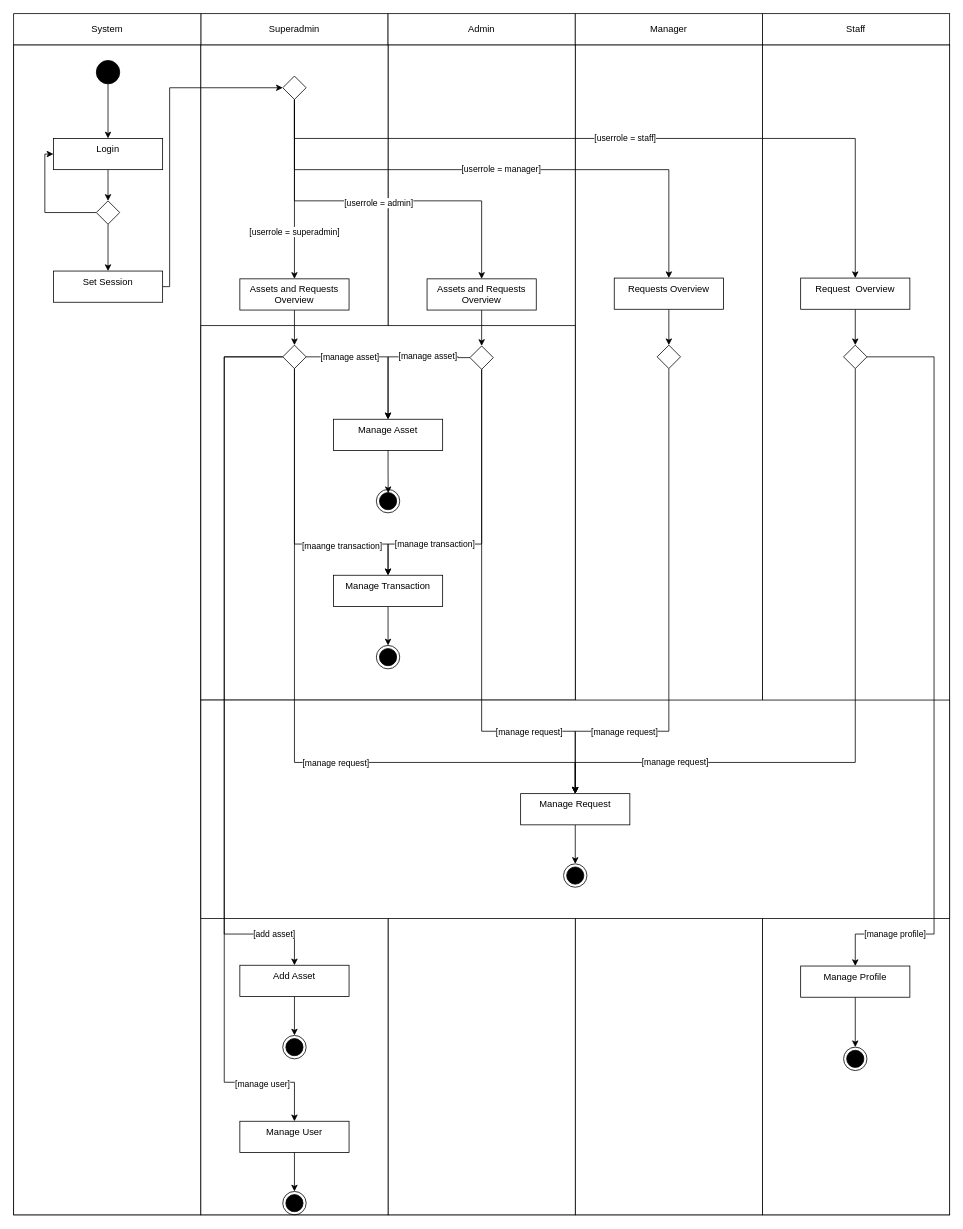
This is page "Page-7" (7 of 7) of design/activitydiagram.drawio from darwishzain/pinjaman-aset, a draw.io file, before an edit. Source tidied: cells renumbered, new cells numbered last; positions are measured from the earlier drawing's top-left corner, leaving out a move shared by most shapes. Both pictures are drawn from the tidied source at 78%, with x=0, y=0 at pixel (13, 13).
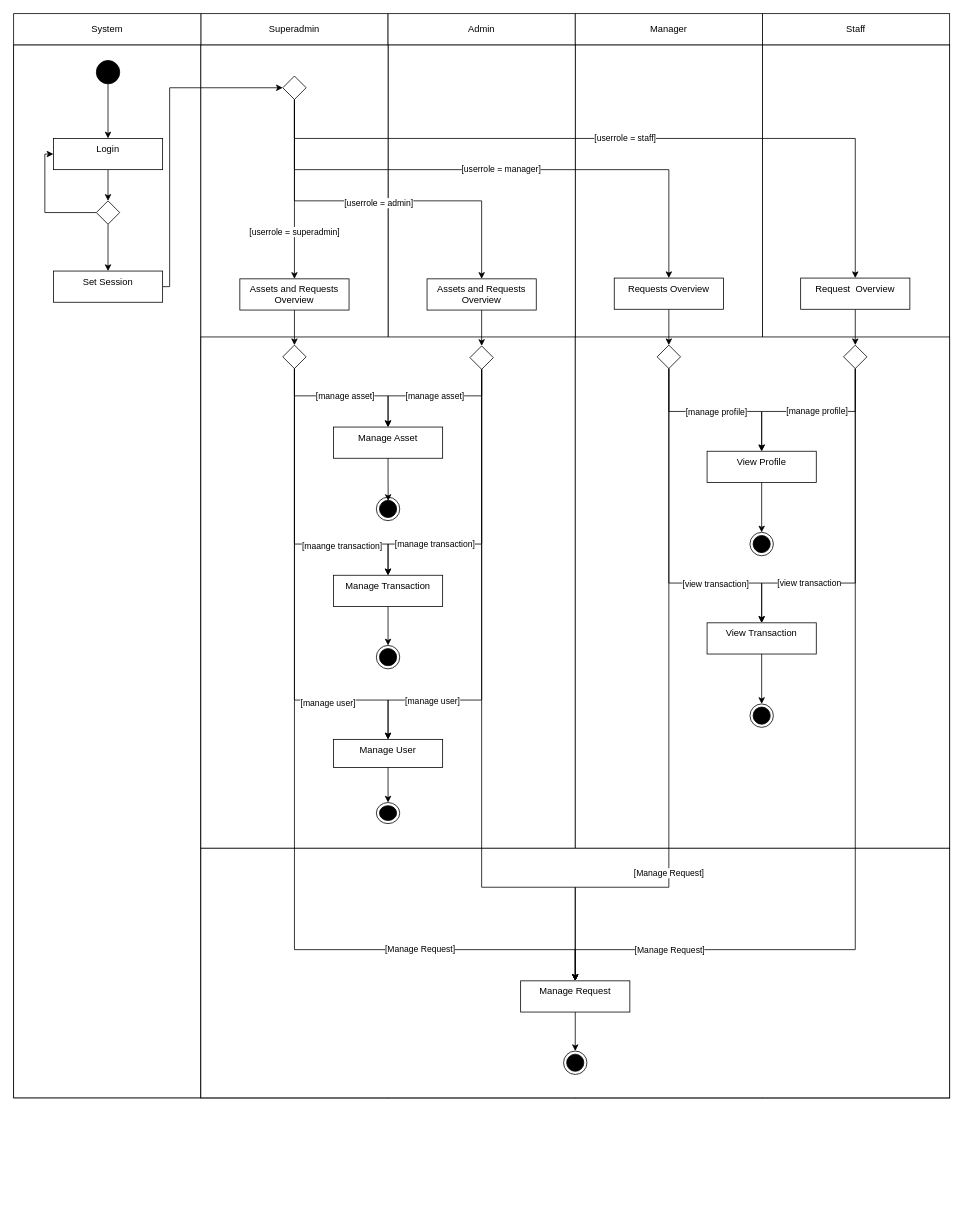
The same diagram, later.

Unchanged cells that the change refers to:
```xml
<mxCell id="31" style="rhombus;rounded=0;" parent="1" vertex="1">
  <mxGeometry x="1064" y="425" width="30" height="30" as="geometry" />
</mxCell>
<mxCell id="46" style="rhombus;rounded=0;" parent="1" vertex="1">
  <mxGeometry x="585" y="426" width="30" height="30" as="geometry" />
</mxCell>
<mxCell id="53" style="rhombus;rounded=0;" parent="1" vertex="1">
  <mxGeometry x="825" y="425" width="30" height="30" as="geometry" />
</mxCell>
<mxCell id="64" style="rhombus;rounded=0;" parent="1" vertex="1">
  <mxGeometry x="345" y="425" width="30" height="30" as="geometry" />
</mxCell>
```

Diff of the diagram source:
```diff
@@
     <mxCell id="2" style="group;strokeColor=#000000;" parent="1" vertex="1">
-      <mxGeometry y="40" width="1200" height="1500" as="geometry" />
+      <mxGeometry y="40" width="1200" height="1350" as="geometry" />
     </mxCell>
     <mxCell id="3" style="rounded=0;whiteSpace=wrap;html=1;" parent="2" vertex="1">
-      <mxGeometry width="240" height="1500" as="geometry" />
+      <mxGeometry width="240" height="1350" as="geometry" />
     </mxCell>
     <mxCell id="4" style="rounded=0;whiteSpace=wrap;html=1;" parent="2" vertex="1">
-      <mxGeometry x="960" width="240" height="1500" as="geometry" />
+      <mxGeometry x="960" width="240" height="1350" as="geometry" />
     </mxCell>
     <mxCell id="5" style="rounded=0;whiteSpace=wrap;html=1;" parent="2" vertex="1">
-      <mxGeometry x="720" width="240" height="1500" as="geometry" />
+      <mxGeometry x="720" width="240" height="1350" as="geometry" />
     </mxCell>
     <mxCell id="6" style="rounded=0;whiteSpace=wrap;html=1;" parent="2" vertex="1">
-      <mxGeometry x="480" width="240" height="1500" as="geometry" />
+      <mxGeometry x="480" width="240" height="1350" as="geometry" />
     </mxCell>
     <mxCell id="7" style="rounded=0;whiteSpace=wrap;html=1;" parent="2" vertex="1">
-      <mxGeometry x="240" width="240" height="1500" as="geometry" />
+      <mxGeometry x="240" width="240" height="1350" as="geometry" />
     </mxCell>
-    <mxCell id="8" style="rounded=0;whiteSpace=wrap;html=1;" parent="1" vertex="1">
-      <mxGeometry x="240" y="400" width="480" height="480" as="geometry" />
+    <mxCell id="8" style="rounded=0;whiteSpace=wrap;html=1;" parent="2" vertex="1">
+      <mxGeometry x="240" y="374.5" width="480" height="655.5" as="geometry" />
     </mxCell>
+    <mxCell id="19" value="Manage User" style="html=1;align=center;verticalAlign=top;rounded=0;absoluteArcSize=1;arcSize=10;dashed=0;whiteSpace=wrap;" parent="2" vertex="1">
+      <mxGeometry x="410" y="890.4" width="140" height="36" as="geometry" />
+    </mxCell>
+    <mxCell id="68" style="ellipse;html=1;shape=endState;fillColor=strokeColor;rounded=0;" parent="2" vertex="1">
+      <mxGeometry x="465" y="971.4" width="30" height="27" as="geometry" />
+    </mxCell>
+    <mxCell id="38" style="edgeStyle=orthogonalEdgeStyle;rounded=0;jettySize=auto;html=1;entryX=0.5;entryY=0;entryDx=0;entryDy=0;exitX=0.5;exitY=1;exitDx=0;exitDy=0;" parent="2" edge="1" source="19" target="68">
+      <mxGeometry relative="1" as="geometry" />
+    </mxCell>
+    <mxCell id="81" style="rounded=0;whiteSpace=wrap;html=1;" parent="2" vertex="1">
+      <mxGeometry x="720" y="374.5" width="480" height="655.5" as="geometry" />
+    </mxCell>
@@
     <mxCell id="14" style="rounded=0;whiteSpace=wrap;html=1;" parent="1" vertex="1">
-      <mxGeometry x="240" y="880" width="960" height="280" as="geometry" />
+      <mxGeometry x="240" y="1070" width="960" height="320" as="geometry" />
     </mxCell>
@@
-    <mxCell id="19" value="Manage User" style="html=1;align=center;verticalAlign=top;rounded=0;absoluteArcSize=1;arcSize=10;dashed=0;whiteSpace=wrap;" parent="1" vertex="1">
-      <mxGeometry x="290" y="1420" width="140" height="40" as="geometry" />
-    </mxCell>
@@
-    <mxCell id="28" value="[manage profile]" style="edgeStyle=orthogonalEdgeStyle;rounded=0;jettySize=auto;html=1;entryX=0.5;entryY=0;entryDx=0;entryDy=0;exitX=1;exitY=0.5;exitDx=0;exitDy=0;" parent="1" edge="1" source="31" target="33">
-      <mxGeometry x="0.81" relative="1" as="geometry">
+    <mxCell id="28" value="[manage profile]" style="edgeStyle=orthogonalEdgeStyle;rounded=0;jettySize=auto;html=1;entryX=0.5;entryY=0;entryDx=0;entryDy=0;exitX=0.5;exitY=1;exitDx=0;exitDy=0;" parent="1" edge="1" source="31" target="33">
+      <mxGeometry x="-0.08" relative="1" as="geometry">
         <Array as="points">
-          <mxPoint x="1180" y="440" />
-          <mxPoint x="1180" y="1180" />
-          <mxPoint x="1079" y="1180" />
+          <mxPoint x="1079" y="510" />
+          <mxPoint x="959" y="510" />
         </Array>
       </mxGeometry>
     </mxCell>
     <mxCell id="29" style="edgeStyle=orthogonalEdgeStyle;rounded=0;jettySize=auto;html=1;" parent="1" edge="1" source="31" target="41">
       <mxGeometry relative="1" as="geometry">
         <Array as="points">
-          <mxPoint x="1079" y="960" />
-          <mxPoint x="720" y="960" />
+          <mxPoint x="1079" y="1200" />
+          <mxPoint x="720" y="1200" />
         </Array>
       </mxGeometry>
     </mxCell>
-    <mxCell id="30" value="[manage request]" style="edgeLabel;html=1;align=center;verticalAlign=middle;" parent="29" vertex="1">
-      <mxGeometry x="0.63" y="-1" relative="1" as="geometry" />
-    </mxCell>
+    <mxCell id="82" value="[Manage Request]" style="edgeLabel;html=1;align=center;verticalAlign=middle;" parent="29" vertex="1">
+      <mxGeometry x="0.72" relative="1" as="geometry" />
+    </mxCell>
+    <mxCell id="83" style="edgeStyle=orthogonalEdgeStyle;rounded=0;jettySize=auto;html=1;entryX=0.5;entryY=0;entryDx=0;entryDy=0;" parent="1" edge="1" source="31" target="92">
+      <mxGeometry relative="1" as="geometry">
+        <Array as="points">
+          <mxPoint x="1079" y="730" />
+          <mxPoint x="959" y="730" />
+        </Array>
+      </mxGeometry>
+    </mxCell>
+    <mxCell id="84" value="[view transaction" style="edgeLabel;html=1;align=center;verticalAlign=middle;" parent="83" vertex="1">
+      <mxGeometry x="0.62" y="-1" relative="1" as="geometry">
+        <mxPoint x="26" as="offset" />
+      </mxGeometry>
+    </mxCell>
@@
-    <mxCell id="33" value="Manage Profile" style="html=1;align=center;verticalAlign=top;rounded=0;absoluteArcSize=1;arcSize=10;dashed=0;whiteSpace=wrap;" parent="1" vertex="1">
-      <mxGeometry x="1009" y="1221" width="140" height="40" as="geometry" />
+    <mxCell id="33" value="View Profile" style="html=1;align=center;verticalAlign=top;rounded=0;absoluteArcSize=1;arcSize=10;dashed=0;whiteSpace=wrap;" parent="1" vertex="1">
+      <mxGeometry x="889" y="561" width="140" height="40" as="geometry" />
     </mxCell>
@@
-    <mxCell id="38" style="edgeStyle=orthogonalEdgeStyle;rounded=0;jettySize=auto;html=1;entryX=0.5;entryY=0;entryDx=0;entryDy=0;exitX=0.5;exitY=1;exitDx=0;exitDy=0;" parent="1" edge="1" source="19" target="68">
-      <mxGeometry relative="1" as="geometry" />
-    </mxCell>
     <mxCell id="39" value="Manage Asset" style="html=1;align=center;verticalAlign=top;rounded=0;absoluteArcSize=1;arcSize=10;dashed=0;whiteSpace=wrap;" parent="1" vertex="1">
-      <mxGeometry x="410" y="520" width="140" height="40" as="geometry" />
+      <mxGeometry x="410" y="530" width="140" height="40" as="geometry" />
     </mxCell>
@@
     <mxCell id="41" value="Manage Request" style="html=1;align=center;verticalAlign=top;rounded=0;absoluteArcSize=1;arcSize=10;dashed=0;whiteSpace=wrap;" parent="1" vertex="1">
-      <mxGeometry x="650" y="1000" width="140" height="40" as="geometry" />
+      <mxGeometry x="650" y="1240" width="140" height="40" as="geometry" />
     </mxCell>
-    <mxCell id="42" value="[manage asset]" style="edgeStyle=orthogonalEdgeStyle;rounded=0;jettySize=auto;html=1;entryX=0.5;entryY=0;entryDx=0;entryDy=0;exitX=0;exitY=0.5;exitDx=0;exitDy=0;" parent="1" edge="1" source="46" target="39">
-      <mxGeometry x="-0.41" y="-1" relative="1" as="geometry">
+    <mxCell id="42" value="[manage asset]" style="edgeStyle=orthogonalEdgeStyle;rounded=0;jettySize=auto;html=1;entryX=0.5;entryY=0;entryDx=0;entryDy=0;exitX=0.5;exitY=1;exitDx=0;exitDy=0;" parent="1" edge="1" source="46" target="39">
+      <mxGeometry x="-0.03" relative="1" as="geometry">
         <Array as="points">
-          <mxPoint x="570" y="441" />
-          <mxPoint x="480" y="440" />
+          <mxPoint x="600" y="490" />
+          <mxPoint x="480" y="490" />
         </Array>
       </mxGeometry>
     </mxCell>
     <mxCell id="43" style="edgeStyle=orthogonalEdgeStyle;rounded=0;jettySize=auto;html=1;entryX=0.5;entryY=0;entryDx=0;entryDy=0;exitX=0.5;exitY=1;exitDx=0;exitDy=0;" parent="1" edge="1" source="46" target="41">
       <mxGeometry relative="1" as="geometry">
         <Array as="points">
-          <mxPoint x="600" y="920" />
-          <mxPoint x="720" y="920" />
+          <mxPoint x="600" y="1120" />
+          <mxPoint x="720" y="1120" />
         </Array>
       </mxGeometry>
     </mxCell>
-    <mxCell id="44" value="[manage request]" style="edgeLabel;html=1;align=center;verticalAlign=middle;" parent="43" vertex="1">
-      <mxGeometry x="0.29" y="2" relative="1" as="geometry">
-        <mxPoint x="58" y="36" as="offset" />
-      </mxGeometry>
-    </mxCell>
@@
+    <mxCell id="85" style="edgeStyle=orthogonalEdgeStyle;rounded=0;jettySize=auto;html=1;entryX=0.5;entryY=0;entryDx=0;entryDy=0;" parent="1" edge="1" source="46" target="19">
+      <mxGeometry relative="1" as="geometry">
+        <Array as="points">
+          <mxPoint x="600" y="880" />
+          <mxPoint x="480" y="880" />
+        </Array>
+      </mxGeometry>
+    </mxCell>
@@
-    <mxCell id="51" style="edgeStyle=orthogonalEdgeStyle;rounded=0;jettySize=auto;html=1;entryX=0.5;entryY=0;entryDx=0;entryDy=0;exitX=0.5;exitY=1;exitDx=0;exitDy=0;" parent="1" edge="1" source="53" target="41">
-      <mxGeometry relative="1" as="geometry">
+    <mxCell id="51" value="[Manage Request]" style="edgeStyle=orthogonalEdgeStyle;rounded=0;jettySize=auto;html=1;entryX=0.5;entryY=0;entryDx=0;entryDy=0;exitX=0.5;exitY=1;exitDx=0;exitDy=0;" parent="1" edge="1" source="53" target="41">
+      <mxGeometry x="0.43" relative="1" as="geometry">
         <Array as="points">
-          <mxPoint x="840" y="920" />
-          <mxPoint x="720" y="920" />
+          <mxPoint x="840" y="1120" />
+          <mxPoint x="720" y="1120" />
         </Array>
       </mxGeometry>
     </mxCell>
-    <mxCell id="52" value="[manage request]" style="edgeLabel;html=1;align=center;verticalAlign=middle;" parent="51" vertex="1">
-      <mxGeometry x="0.49" relative="1" as="geometry">
-        <mxPoint x="-28" as="offset" />
-      </mxGeometry>
-    </mxCell>
+    <mxCell id="86" style="edgeStyle=orthogonalEdgeStyle;rounded=0;jettySize=auto;html=1;entryX=0.5;entryY=0;entryDx=0;entryDy=0;" parent="1" edge="1" source="53" target="33">
+      <mxGeometry relative="1" as="geometry">
+        <Array as="points">
+          <mxPoint x="840" y="510" />
+          <mxPoint x="959" y="510" />
+        </Array>
+      </mxGeometry>
+    </mxCell>
+    <mxCell id="87" value="[manage profile]" style="edgeLabel;html=1;align=center;verticalAlign=middle;" parent="86" vertex="1">
+      <mxGeometry x="-0.12" y="-4" relative="1" as="geometry">
+        <mxPoint x="16" y="-4" as="offset" />
+      </mxGeometry>
+    </mxCell>
+    <mxCell id="88" style="edgeStyle=orthogonalEdgeStyle;rounded=0;jettySize=auto;html=1;entryX=0.5;entryY=0;entryDx=0;entryDy=0;" parent="1" edge="1" source="53" target="92">
+      <mxGeometry relative="1" as="geometry">
+        <Array as="points">
+          <mxPoint x="840" y="730" />
+          <mxPoint x="959" y="730" />
+        </Array>
+      </mxGeometry>
+    </mxCell>
+    <mxCell id="89" value="[view transaction]" style="edgeLabel;html=1;align=center;verticalAlign=middle;" parent="88" vertex="1">
+      <mxGeometry x="0.58" y="-3" relative="1" as="geometry">
+        <mxPoint x="-18" y="-3" as="offset" />
+      </mxGeometry>
+    </mxCell>
@@
-    <mxCell id="55" value="[add asset]" style="edgeStyle=orthogonalEdgeStyle;rounded=0;jettySize=auto;html=1;entryX=0.5;entryY=0;entryDx=0;entryDy=0;exitX=0;exitY=0.5;exitDx=0;exitDy=0;" parent="1" edge="1" source="64" target="66">
-      <mxGeometry x="0.86" relative="1" as="geometry">
-        <Array as="points">
-          <mxPoint x="270" y="440" />
-          <mxPoint x="270" y="1180" />
-          <mxPoint x="360" y="1180" />
-        </Array>
-      </mxGeometry>
-    </mxCell>
     <mxCell id="56" style="edgeStyle=orthogonalEdgeStyle;rounded=0;jettySize=auto;html=1;entryX=0.5;entryY=0;entryDx=0;entryDy=0;" parent="1" edge="1" source="64" target="19">
       <mxGeometry relative="1" as="geometry">
         <Array as="points">
-          <mxPoint x="270" y="440" />
-          <mxPoint x="270" y="1370" />
-          <mxPoint x="360" y="1370" />
+          <mxPoint x="360" y="880" />
+          <mxPoint x="480" y="880" />
         </Array>
       </mxGeometry>
     </mxCell>
     <mxCell id="57" value="[manage user]" style="edgeLabel;html=1;align=center;verticalAlign=middle;" parent="56" vertex="1">
       <mxGeometry x="0.77" relative="1" as="geometry">
-        <mxPoint x="40" y="2" as="offset" />
+        <mxPoint x="74" as="offset" />
       </mxGeometry>
     </mxCell>
+    <mxCell id="90" value="[manage user]" style="edgeLabel;html=1;align=center;verticalAlign=middle;" parent="56" vertex="1">
+      <mxGeometry x="0.57" y="-3" relative="1" as="geometry" />
+    </mxCell>
-    <mxCell id="58" style="edgeStyle=orthogonalEdgeStyle;rounded=0;orthogonalLoop=1;jettySize=auto;html=1;entryX=0.5;entryY=0;entryDx=0;entryDy=0;exitX=1;exitY=0.5;exitDx=0;exitDy=0;" parent="1" edge="1">
+    <mxCell id="58" style="edgeStyle=orthogonalEdgeStyle;rounded=0;jettySize=auto;html=1;entryX=0.5;entryY=0;entryDx=0;entryDy=0;exitX=0.5;exitY=1;exitDx=0;exitDy=0;" parent="1" edge="1" source="64" target="39">
       <mxGeometry relative="1" as="geometry">
-        <mxPoint x="375" y="440" as="sourcePoint" />
-        <mxPoint x="480" y="520" as="targetPoint" />
         <Array as="points">
-          <mxPoint x="480" y="440" />
+          <mxPoint x="360" y="490" />
+          <mxPoint x="480" y="490" />
         </Array>
       </mxGeometry>
     </mxCell>
     <mxCell id="59" value="[manage asset]" style="edgeLabel;html=1;align=center;verticalAlign=middle;" parent="58" vertex="1">
       <mxGeometry x="-0.48" y="-5" relative="1" as="geometry">
-        <mxPoint x="7" y="-5" as="offset" />
+        <mxPoint x="48" y="-5" as="offset" />
       </mxGeometry>
     </mxCell>
     <mxCell id="60" style="edgeStyle=orthogonalEdgeStyle;rounded=0;jettySize=auto;html=1;entryX=0.5;entryY=0;entryDx=0;entryDy=0;" parent="1" edge="1" source="64" target="41">
       <mxGeometry relative="1" as="geometry">
         <Array as="points">
-          <mxPoint x="360" y="960" />
-          <mxPoint x="720" y="960" />
+          <mxPoint x="360" y="1200" />
+          <mxPoint x="720" y="1200" />
         </Array>
       </mxGeometry>
     </mxCell>
-    <mxCell id="61" value="[manage request]" style="edgeLabel;html=1;align=center;verticalAlign=middle;" parent="60" vertex="1">
-      <mxGeometry x="0.23" relative="1" as="geometry" />
-    </mxCell>
+    <mxCell id="91" value="[Manage Request]" style="edgeLabel;html=1;align=center;verticalAlign=middle;" parent="60" vertex="1">
+      <mxGeometry x="0.58" y="1" relative="1" as="geometry" />
+    </mxCell>
@@
-    <mxCell id="65" style="edgeStyle=orthogonalEdgeStyle;rounded=0;jettySize=auto;html=1;entryX=0.5;entryY=0;entryDx=0;entryDy=0;" parent="1" edge="1" source="66" target="67">
-      <mxGeometry relative="1" as="geometry" />
-    </mxCell>
-    <mxCell id="66" value="Add Asset" style="html=1;align=center;verticalAlign=top;rounded=0;absoluteArcSize=1;arcSize=10;dashed=0;whiteSpace=wrap;" parent="1" vertex="1">
-      <mxGeometry x="290" y="1220" width="140" height="40" as="geometry" />
-    </mxCell>
-    <mxCell id="67" style="ellipse;html=1;shape=endState;fillColor=strokeColor;rounded=0;" parent="1" vertex="1">
-      <mxGeometry x="345" y="1310" width="30" height="30" as="geometry" />
-    </mxCell>
-    <mxCell id="68" style="ellipse;html=1;shape=endState;fillColor=strokeColor;rounded=0;" parent="1" vertex="1">
-      <mxGeometry x="345" y="1510" width="30" height="30" as="geometry" />
-    </mxCell>
     <mxCell id="69" style="ellipse;html=1;shape=endState;fillColor=strokeColor;rounded=0;" parent="1" vertex="1">
-      <mxGeometry x="465" y="610" width="30" height="30" as="geometry" />
+      <mxGeometry x="465" y="620" width="30" height="30" as="geometry" />
     </mxCell>
@@
     <mxCell id="71" style="ellipse;html=1;shape=endState;fillColor=strokeColor;rounded=0;" parent="1" vertex="1">
-      <mxGeometry x="705" y="1090" width="30" height="30" as="geometry" />
+      <mxGeometry x="705" y="1330" width="30" height="30" as="geometry" />
     </mxCell>
@@
     <mxCell id="75" style="ellipse;html=1;shape=endState;fillColor=strokeColor;rounded=0;" parent="1" vertex="1">
-      <mxGeometry x="1064" y="1325" width="30" height="30" as="geometry" />
+      <mxGeometry x="944" y="665" width="30" height="30" as="geometry" />
     </mxCell>
@@
+    <mxCell id="92" value="View Transaction" style="html=1;align=center;verticalAlign=top;rounded=0;absoluteArcSize=1;arcSize=10;dashed=0;whiteSpace=wrap;" parent="1" vertex="1">
+      <mxGeometry x="889" y="781" width="140" height="40" as="geometry" />
+    </mxCell>
+    <mxCell id="93" style="ellipse;html=1;shape=endState;fillColor=strokeColor;rounded=0;" parent="1" vertex="1">
+      <mxGeometry x="944" y="885" width="30" height="30" as="geometry" />
+    </mxCell>
+    <mxCell id="94" style="edgeStyle=orthogonalEdgeStyle;rounded=0;jettySize=auto;html=1;entryX=0.5;entryY=0;entryDx=0;entryDy=0;" parent="1" edge="1" source="92" target="93">
+      <mxGeometry relative="1" as="geometry" />
+    </mxCell>
```
